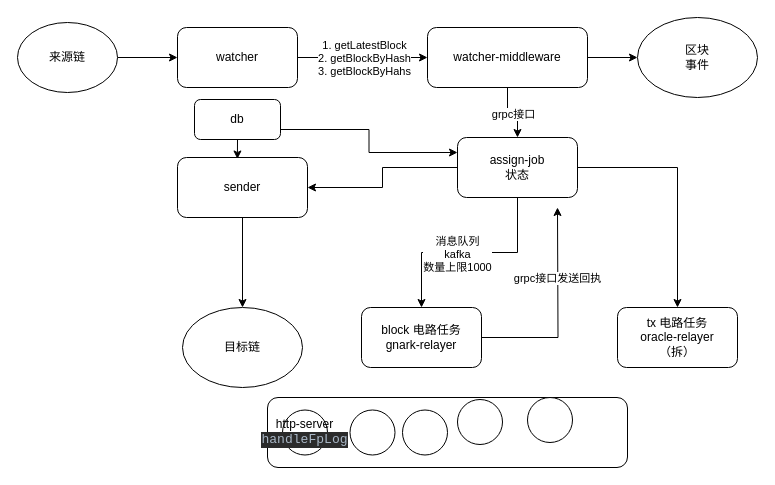
This is refactor-relayer.drawio from chixiaowen/drawio, a draw.io file, before an edit. Source tidied: cells renumbered, new cells numbered last; positions are measured from the earlier drawing's top-left corner, leaving out a move shared by most shapes. Both pictures are drawn from the tidied source at 100%, with x=0, y=0 at pixel (17, 17).
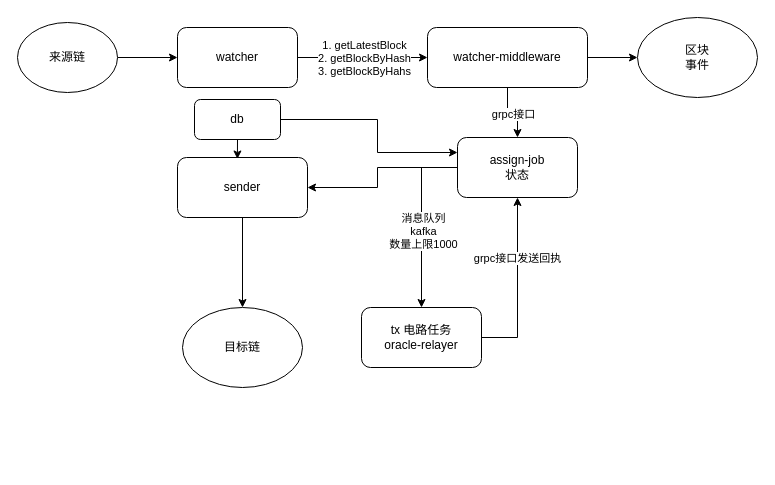
Above is the later version.

Unchanged cells that the change refers to:
```xml
<mxCell id="13" value="assign-job&lt;br&gt;状态" style="rounded=1;whiteSpace=wrap;html=1;" parent="1" vertex="1">
  <mxGeometry x="440" y="120" width="120" height="60" as="geometry" />
</mxCell>
<mxCell id="21" value="db" style="rounded=1;whiteSpace=wrap;html=1;" parent="1" vertex="1">
  <mxGeometry x="177" y="82" width="86" height="40" as="geometry" />
</mxCell>
<mxCell id="29" value="sender" style="rounded=1;whiteSpace=wrap;html=1;" parent="1" vertex="1">
  <mxGeometry x="160" y="140" width="130" height="60" as="geometry" />
</mxCell>
```

Diff of the diagram source:
```diff
@@
     <mxCell id="9" style="edgeStyle=orthogonalEdgeStyle;rounded=0;jettySize=auto;html=1;" parent="1" edge="1" source="13" target="16">
-      <mxGeometry relative="1" as="geometry" />
+      <mxGeometry relative="1" as="geometry">
+        <Array as="points">
+          <mxPoint x="404" y="150" />
+        </Array>
+      </mxGeometry>
     </mxCell>
@@
-    <mxCell id="11" style="edgeStyle=orthogonalEdgeStyle;rounded=0;jettySize=auto;html=1;" parent="1" edge="1" source="13" target="17">
-      <mxGeometry relative="1" as="geometry" />
-    </mxCell>
     <mxCell id="12" style="edgeStyle=orthogonalEdgeStyle;rounded=0;jettySize=auto;html=1;entryX=1;entryY=0.5;entryDx=0;entryDy=0;" parent="1" edge="1" source="13" target="29">
-      <mxGeometry relative="1" as="geometry" />
+      <mxGeometry relative="1" as="geometry">
+        <Array as="points">
+          <mxPoint x="360" y="150" />
+          <mxPoint x="360" y="170" />
+        </Array>
+      </mxGeometry>
     </mxCell>
@@
-    <mxCell id="14" style="edgeStyle=orthogonalEdgeStyle;rounded=0;jettySize=auto;html=1;" parent="1" edge="1" source="16">
-      <mxGeometry relative="1" as="geometry">
-        <mxPoint x="540" y="190" as="targetPoint" />
-      </mxGeometry>
+    <mxCell id="14" style="edgeStyle=orthogonalEdgeStyle;rounded=0;jettySize=auto;html=1;entryX=0.5;entryY=1;entryDx=0;entryDy=0;exitX=1;exitY=0.5;exitDx=0;exitDy=0;" parent="1" edge="1" source="16" target="13">
+      <mxGeometry relative="1" as="geometry" />
     </mxCell>
@@
-    <mxCell id="16" value="block 电路任务&lt;br&gt;gnark-relayer" style="rounded=1;whiteSpace=wrap;html=1;" parent="1" vertex="1">
+    <mxCell id="16" value="tx 电路任务&lt;br style=&quot;border-color: var(--border-color);&quot;&gt;oracle-relayer" style="rounded=1;whiteSpace=wrap;html=1;" parent="1" vertex="1">
       <mxGeometry x="344" y="290" width="120" height="60" as="geometry" />
     </mxCell>
-    <mxCell id="17" value="tx 电路任务&lt;br&gt;oracle-relayer&lt;br&gt;（拆）" style="rounded=1;whiteSpace=wrap;html=1;" parent="1" vertex="1">
-      <mxGeometry x="600" y="290" width="120" height="60" as="geometry" />
-    </mxCell>
@@
-    <mxCell id="20" style="edgeStyle=orthogonalEdgeStyle;rounded=0;jettySize=auto;html=1;exitX=1;exitY=0.75;exitDx=0;exitDy=0;entryX=0;entryY=0.25;entryDx=0;entryDy=0;" parent="1" edge="1" source="21" target="13">
-      <mxGeometry relative="1" as="geometry" />
+    <mxCell id="20" style="edgeStyle=orthogonalEdgeStyle;rounded=0;jettySize=auto;html=1;exitX=1;exitY=0.5;exitDx=0;exitDy=0;entryX=0;entryY=0.25;entryDx=0;entryDy=0;" parent="1" edge="1" source="21" target="13">
+      <mxGeometry relative="1" as="geometry">
+        <Array as="points">
+          <mxPoint x="360" y="102" />
+          <mxPoint x="360" y="135" />
+        </Array>
+      </mxGeometry>
     </mxCell>
@@
-    <mxCell id="22" style="rounded=1;whiteSpace=wrap;html=1;" parent="1" vertex="1">
-      <mxGeometry x="250" y="380" width="360" height="70" as="geometry" />
-    </mxCell>
-    <mxCell id="23" value="http-server&lt;br&gt;&lt;div style=&quot;background-color: rgb(43, 43, 43); color: rgb(169, 183, 198); font-family: &amp;quot;JetBrains Mono&amp;quot;, monospace; font-size: 9.8pt;&quot;&gt;handleFpLog&lt;/div&gt;" style="ellipse;whiteSpace=wrap;html=1;" parent="1" vertex="1">
-      <mxGeometry x="265" y="392.5" width="45" height="45" as="geometry" />
-    </mxCell>
-    <mxCell id="24" style="ellipse;whiteSpace=wrap;html=1;" parent="1" vertex="1">
-      <mxGeometry x="332.5" y="392.5" width="45" height="45" as="geometry" />
-    </mxCell>
-    <mxCell id="25" style="ellipse;whiteSpace=wrap;html=1;" parent="1" vertex="1">
-      <mxGeometry x="385" y="392.5" width="45" height="45" as="geometry" />
-    </mxCell>
-    <mxCell id="26" style="ellipse;whiteSpace=wrap;html=1;" parent="1" vertex="1">
-      <mxGeometry x="440" y="382" width="45" height="45" as="geometry" />
-    </mxCell>
-    <mxCell id="27" style="ellipse;whiteSpace=wrap;html=1;" parent="1" vertex="1">
-      <mxGeometry x="510" y="380" width="45" height="45" as="geometry" />
-    </mxCell>
```
